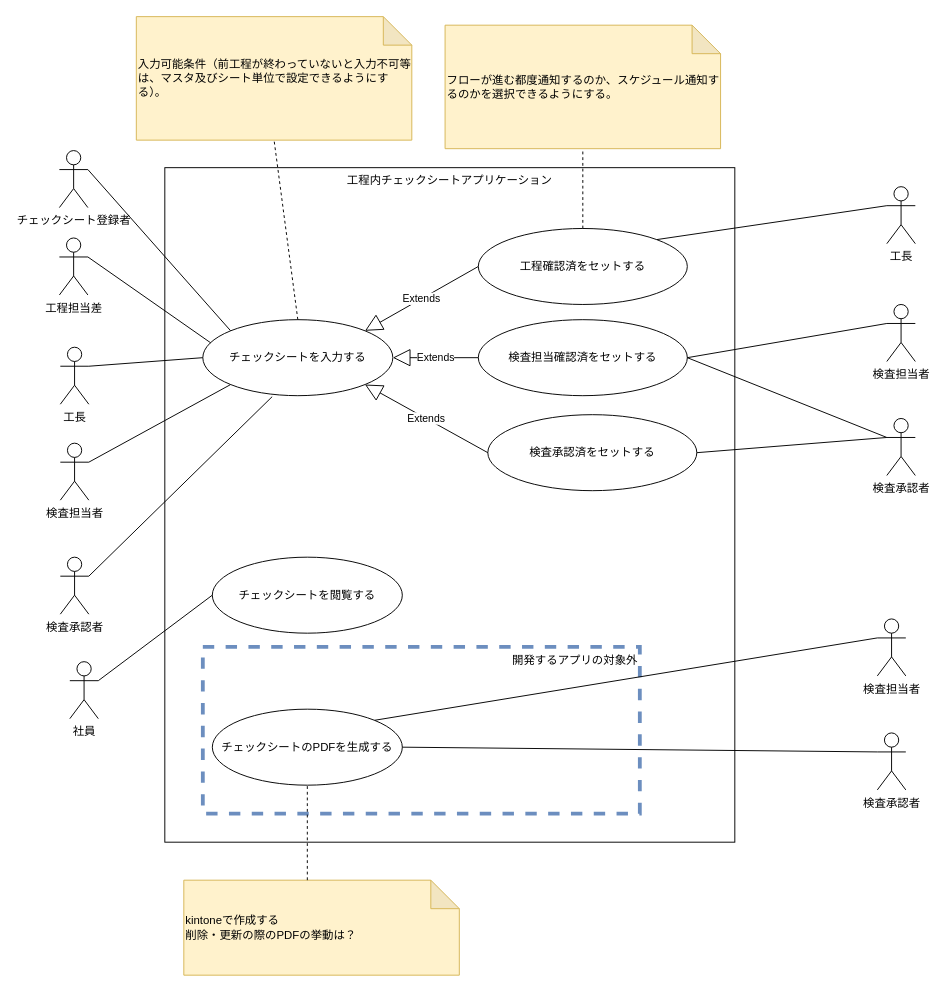
Before: ユースケース図/use-case-edit-view.drawio in ShotaHayashi0601/FlowSpect-DocsOnly, a draw.io diagram. Source tidied: cells renumbered, new cells numbered last; positions are measured from the earlier drawing's top-left corner, leaving out a move shared by most shapes. Both pictures are drawn from the tidied source at 95%, with x=0, y=0 at pixel (59, 16).
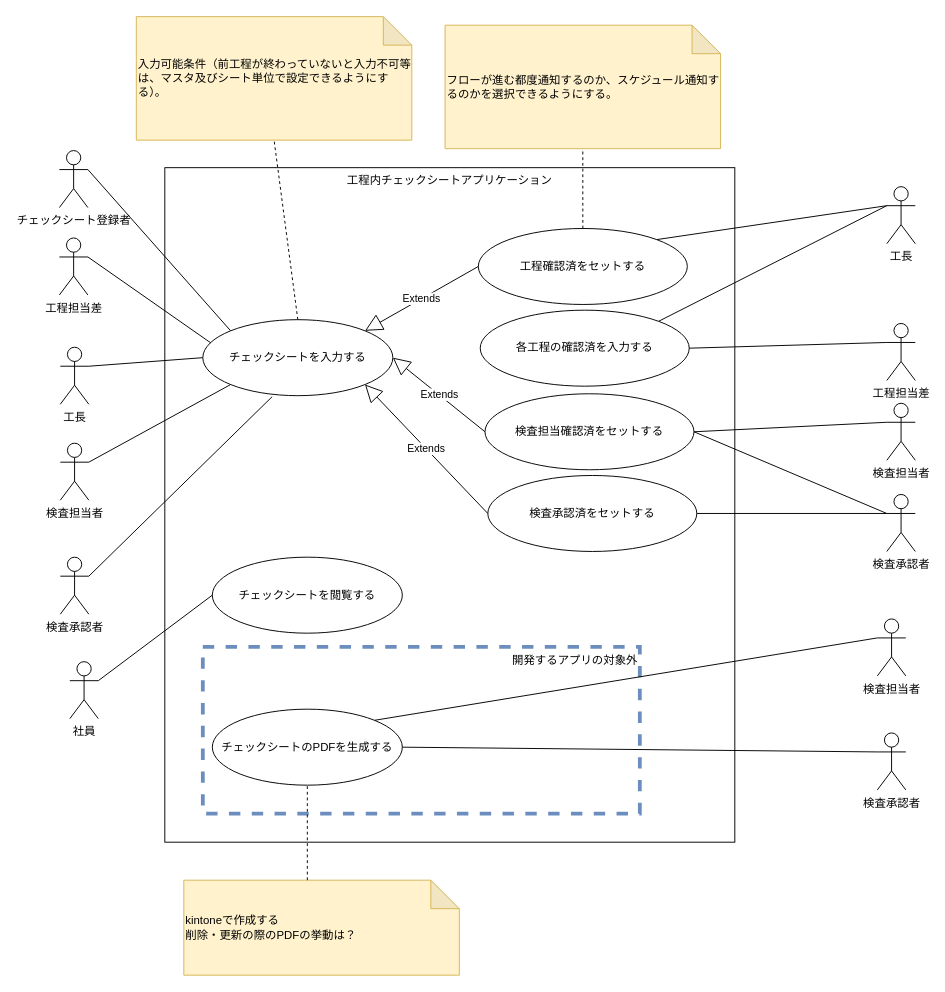
Above is the later version.

The change refers to these unchanged cells:
```xml
<mxCell id="29" value="工長" style="shape=umlActor;verticalLabelPosition=bottom;verticalAlign=top;html=1;outlineConnect=0;fillColor=none;" parent="1" vertex="1">
  <mxGeometry x="871" y="179" width="30" height="60" as="geometry" />
</mxCell>
```

Change to the diagram source:
```diff
@@
     <mxCell id="16" value="検査担当確認済をセットする" style="ellipse;whiteSpace=wrap;html=1;fillColor=none;" parent="1" vertex="1">
-      <mxGeometry x="441" y="319" width="220" height="80" as="geometry" />
+      <mxGeometry x="448" y="397" width="220" height="80" as="geometry" />
     </mxCell>
@@
     <mxCell id="18" value="検査承認済をセットする" style="ellipse;whiteSpace=wrap;html=1;fillColor=none;" parent="1" vertex="1">
-      <mxGeometry x="451" y="419" width="220" height="80" as="geometry" />
+      <mxGeometry x="451" y="483" width="220" height="80" as="geometry" />
     </mxCell>
@@
     <mxCell id="31" value="検査担当者" style="shape=umlActor;verticalLabelPosition=bottom;verticalAlign=top;html=1;outlineConnect=0;fillColor=none;" parent="1" vertex="1">
-      <mxGeometry x="871" y="303" width="30" height="60" as="geometry" />
+      <mxGeometry x="871" y="407" width="30" height="60" as="geometry" />
     </mxCell>
     <mxCell id="32" value="検査承認者" style="shape=umlActor;verticalLabelPosition=bottom;verticalAlign=top;html=1;outlineConnect=0;fillColor=none;" parent="1" vertex="1">
-      <mxGeometry x="871" y="423" width="30" height="60" as="geometry" />
+      <mxGeometry x="871" y="503" width="30" height="60" as="geometry" />
     </mxCell>
@@
+    <mxCell id="42" value="各工程の確認済を入力する" style="ellipse;whiteSpace=wrap;html=1;fillColor=none;" parent="1" vertex="1">
+      <mxGeometry x="443" y="309" width="220" height="80" as="geometry" />
+    </mxCell>
+    <mxCell id="43" value="工程担当差" style="shape=umlActor;verticalLabelPosition=bottom;verticalAlign=top;html=1;outlineConnect=0;fillColor=none;" parent="1" vertex="1">
+      <mxGeometry x="871" y="323" width="30" height="60" as="geometry" />
+    </mxCell>
+    <mxCell id="44" style="endArrow=none;html=1;entryX=1;entryY=0;entryDx=0;entryDy=0;exitX=0;exitY=0.3333333333333333;exitDx=0;exitDy=0;exitPerimeter=0;" parent="1" edge="1" source="29" target="42">
+      <mxGeometry relative="1" as="geometry" />
+    </mxCell>
+    <mxCell id="45" style="endArrow=none;html=1;entryX=1;entryY=0.5;entryDx=0;entryDy=0;exitX=0;exitY=0.3333333333333333;exitDx=0;exitDy=0;exitPerimeter=0;" parent="1" edge="1" source="43" target="42">
+      <mxGeometry relative="1" as="geometry" />
+    </mxCell>
```
